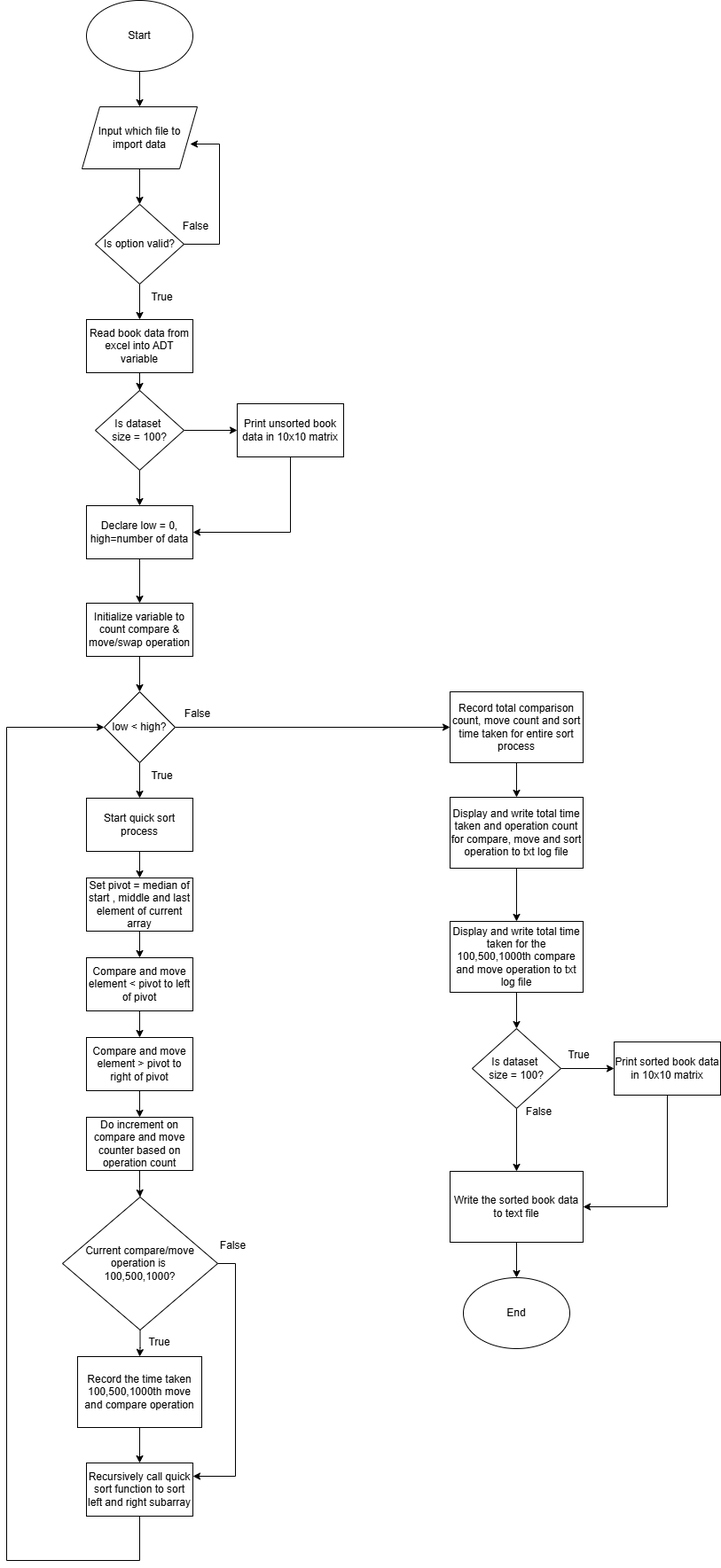
ylikzeh/DataStructureAsm1 keeps this draw.io diagram as flowchart/Q1 flowchart.drawio.png. Above is the earlier version. Source tidied: cells renumbered, new cells last; positions are measured from the earlier drawing's top-left corner, leaving out a move shared by most shapes.
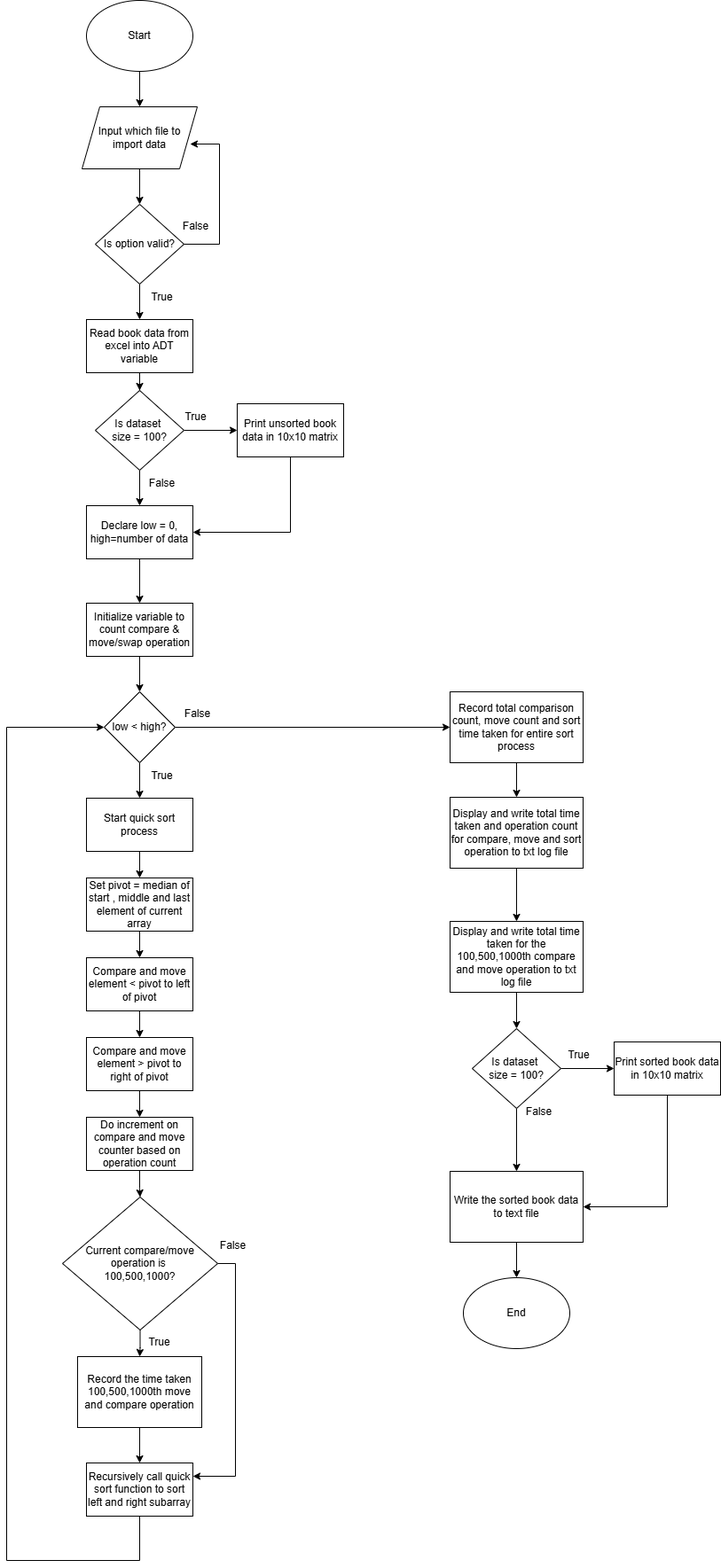
Above is the later version.

The edit, as a diff of the source:
```diff
@@ -197,5 +197,11 @@
     <mxCell id="61" value="True" style="text;html=1;align=center;verticalAlign=middle;strokeColor=none;fillColor=none;" parent="1" vertex="1">
       <mxGeometry x="620" y="1175" width="50" height="30" as="geometry" />
     </mxCell>
+    <mxCell id="62" value="True" style="text;html=1;align=center;verticalAlign=middle;strokeColor=none;fillColor=none;" parent="1" vertex="1">
+      <mxGeometry x="188" y="455" width="50" height="30" as="geometry" />
+    </mxCell>
+    <mxCell id="63" value="False" style="text;html=1;align=center;verticalAlign=middle;strokeColor=none;fillColor=none;" parent="1" vertex="1">
+      <mxGeometry x="150" y="530" width="50" height="30" as="geometry" />
+    </mxCell>
   </root>
 </mxGraphModel>
```
